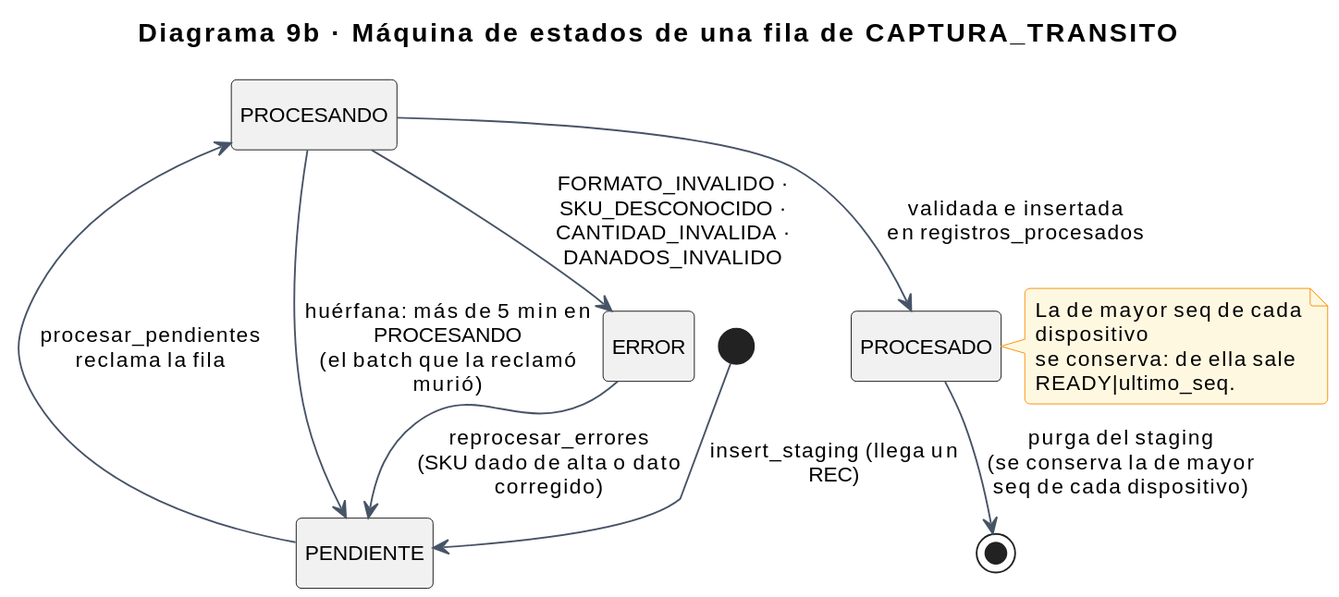
Before: docs/documentacion/diagramas/renderizados/09b_estados_fila_transito.svg, a diagram exported from PlantUML (sebas-archive/kardex-bt). Its diagram source:
```plantuml
@startuml
!include estilo.iuml
title Diagrama 9b · Máquina de estados de una fila de CAPTURA_TRANSITO
hide empty description

[*] --> PENDIENTE : insert_staging (llega un REC)
PENDIENTE --> PROCESANDO : procesar_pendientes\nreclama la fila
PROCESANDO --> PROCESADO : validada e insertada\nen registros_procesados
PROCESANDO --> ERROR : FORMATO_INVALIDO · SKU_DESCONOCIDO ·\nCANTIDAD_INVALIDA · DANADOS_INVALIDO
PROCESANDO --> PENDIENTE : huérfana: más de 5 min en PROCESANDO\n(el batch que la reclamó murió)
ERROR --> PENDIENTE : reprocesar_errores\n(SKU dado de alta o dato corregido)
PROCESADO --> [*] : purga del staging\n(se conserva la de mayor seq de cada dispositivo)

note right of PROCESADO
  La de mayor seq de cada dispositivo
  se conserva: de ella sale READY|ultimo_seq.
end note
@enduml
```
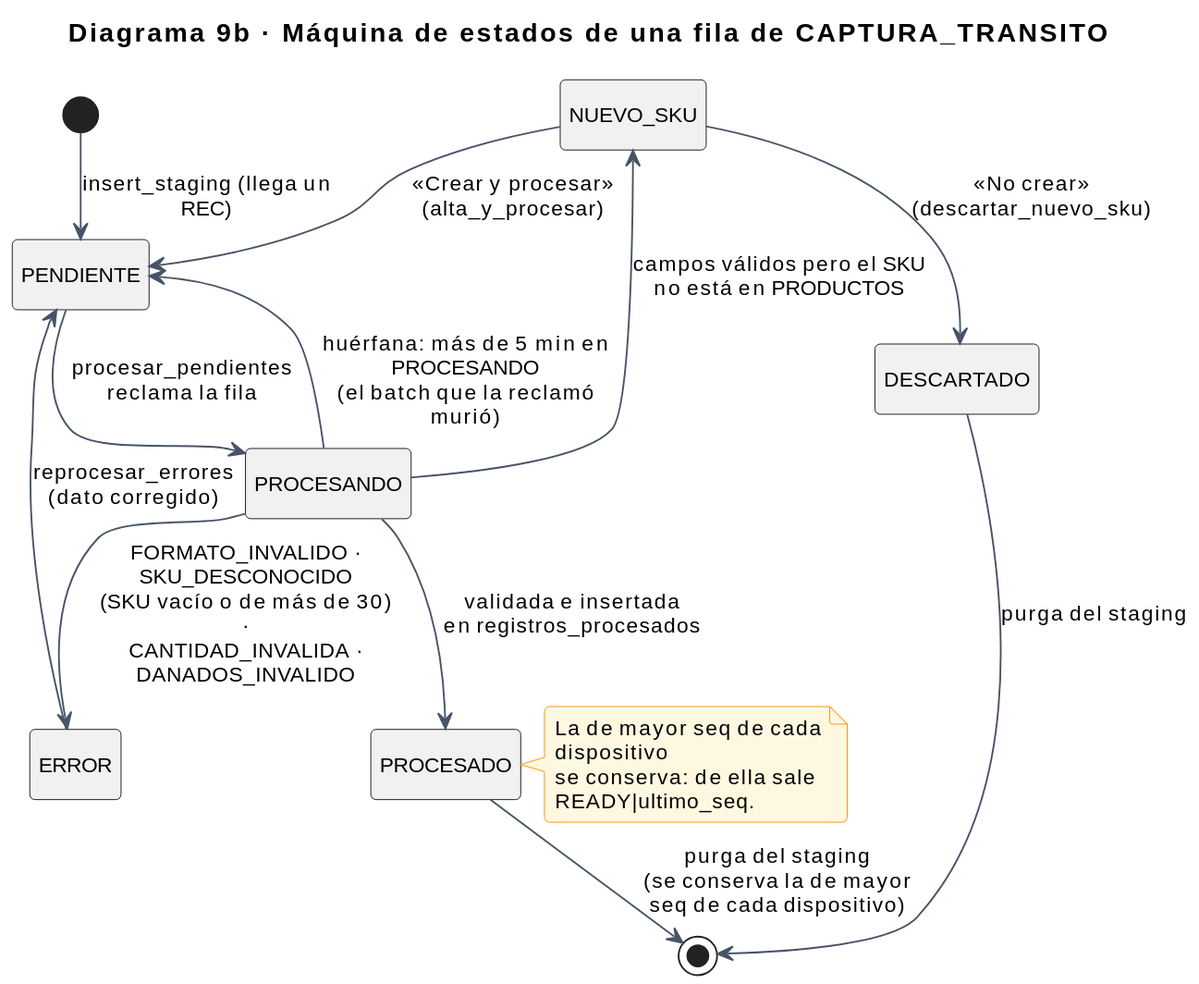
Above is the later version.

Change to the diagram source:
```diff
@@ -6,10 +6,14 @@
 [*] --> PENDIENTE : insert_staging (llega un REC)
 PENDIENTE --> PROCESANDO : procesar_pendientes\nreclama la fila
 PROCESANDO --> PROCESADO : validada e insertada\nen registros_procesados
-PROCESANDO --> ERROR : FORMATO_INVALIDO · SKU_DESCONOCIDO ·\nCANTIDAD_INVALIDA · DANADOS_INVALIDO
+PROCESANDO --> ERROR : FORMATO_INVALIDO · SKU_DESCONOCIDO\n(SKU vacío o de más de 30) ·\nCANTIDAD_INVALIDA · DANADOS_INVALIDO
+PROCESANDO --> NUEVO_SKU : campos válidos pero el SKU\nno está en PRODUCTOS
 PROCESANDO --> PENDIENTE : huérfana: más de 5 min en PROCESANDO\n(el batch que la reclamó murió)
-ERROR --> PENDIENTE : reprocesar_errores\n(SKU dado de alta o dato corregido)
+ERROR --> PENDIENTE : reprocesar_errores\n(dato corregido)
+NUEVO_SKU --> PENDIENTE : «Crear y procesar»\n(alta_y_procesar)
+NUEVO_SKU --> DESCARTADO : «No crear»\n(descartar_nuevo_sku)
 PROCESADO --> [*] : purga del staging\n(se conserva la de mayor seq de cada dispositivo)
+DESCARTADO --> [*] : purga del staging
 
 note right of PROCESADO
   La de mayor seq de cada dispositivo
```
